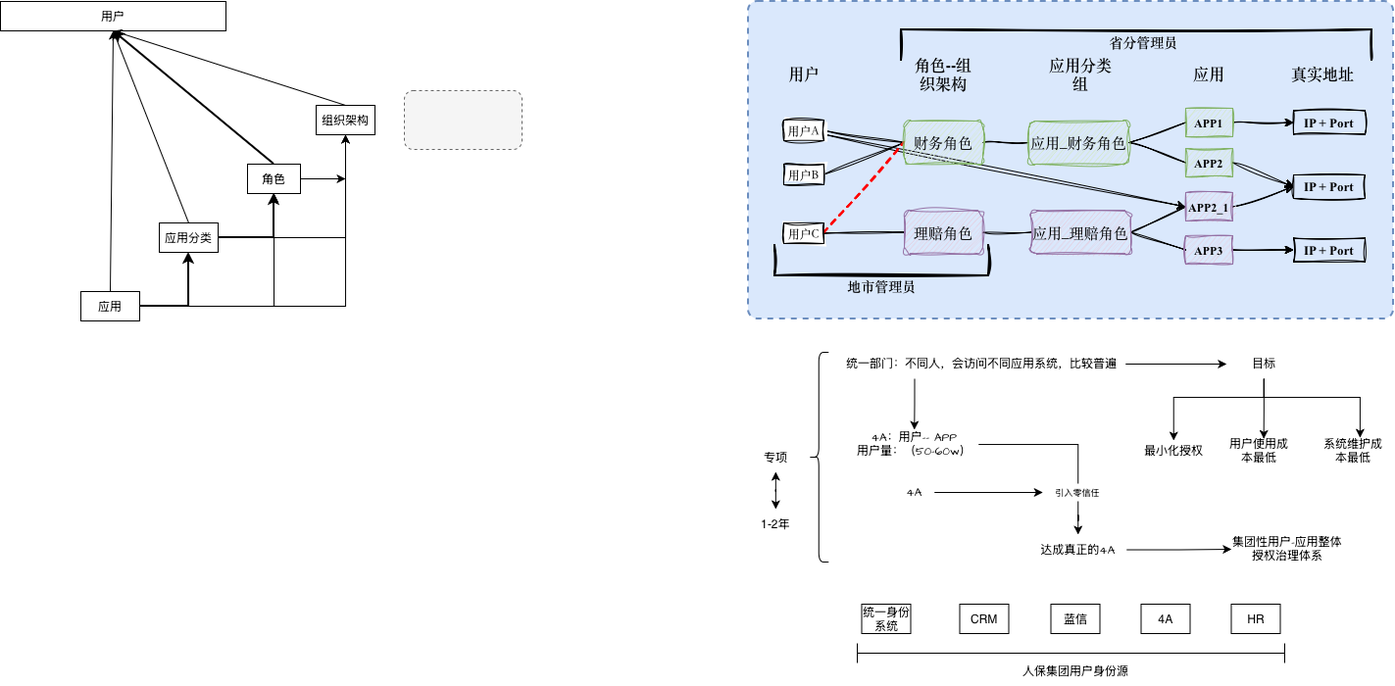
Above: Authorization logic and system design goals based on zero trust.drawio.png in skillre/diagrams_P (draw.io), before the change. Source tidied: cells renumbered, new cells last; positions are measured from the earlier drawing's top-left corner, leaving out a move shared by most shapes.
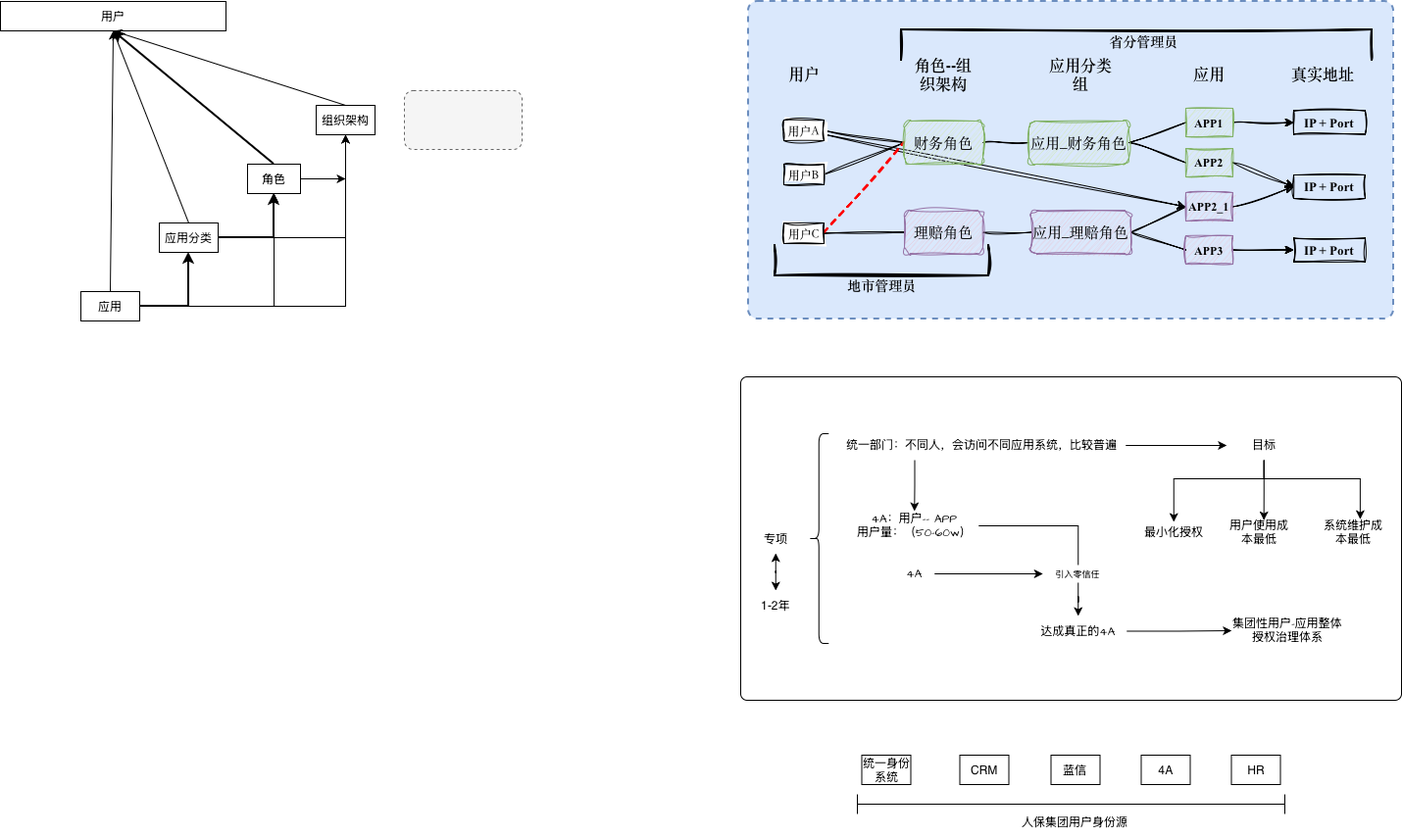
After the change.

What changed in the source:
```diff
@@ -177,109 +177,112 @@
     <mxCell id="58" style="endArrow=classic;html=1;rounded=0;exitX=1;exitY=0.5;exitDx=0;exitDy=0;entryX=0.5;entryY=1;entryDx=0;entryDy=0;strokeWidth=2;edgeStyle=orthogonalEdgeStyle;" parent="1" edge="1" source="44" target="46">
       <mxGeometry relative="1" as="geometry" />
     </mxCell>
+    <mxCell id="82" value="4A" style="text;html=1;whiteSpace=wrap;strokeColor=default;fillColor=none;align=center;verticalAlign=middle;rounded=0;" parent="1" vertex="1">
+      <mxGeometry x="1163.5" y="769" width="50" height="30" as="geometry" />
+    </mxCell>
+    <mxCell id="83" value="HR" style="text;html=1;whiteSpace=wrap;strokeColor=default;fillColor=none;align=center;verticalAlign=middle;rounded=0;" parent="1" vertex="1">
+      <mxGeometry x="1255.5" y="769" width="50" height="30" as="geometry" />
+    </mxCell>
+    <mxCell id="84" value="蓝信" style="text;html=1;whiteSpace=wrap;strokeColor=default;fillColor=none;align=center;verticalAlign=middle;rounded=0;" parent="1" vertex="1">
+      <mxGeometry x="1071.5" y="769" width="50" height="30" as="geometry" />
+    </mxCell>
+    <mxCell id="85" value="CRM" style="text;html=1;whiteSpace=wrap;strokeColor=default;fillColor=none;align=center;verticalAlign=middle;rounded=0;" parent="1" vertex="1">
+      <mxGeometry x="978.5" y="769" width="50" height="30" as="geometry" />
+    </mxCell>
+    <mxCell id="86" value="统一身份系统" style="text;html=1;whiteSpace=wrap;strokeColor=default;fillColor=none;align=center;verticalAlign=middle;rounded=0;" parent="1" vertex="1">
+      <mxGeometry x="878.5" y="769" width="50" height="30" as="geometry" />
+    </mxCell>
+    <mxCell id="87" style="shape=crossbar;whiteSpace=wrap;html=1;rounded=1;" parent="1" vertex="1">
+      <mxGeometry x="874" y="809" width="436" height="20" as="geometry" />
+    </mxCell>
+    <mxCell id="88" value="人保集团用户身份源" style="text;html=1;whiteSpace=wrap;strokeColor=none;fillColor=none;align=center;verticalAlign=middle;rounded=0;" parent="1" vertex="1">
+      <mxGeometry x="1012.5" y="822" width="168" height="30" as="geometry" />
+    </mxCell>
+    <mxCell id="89" style="rounded=1;whiteSpace=wrap;html=1;arcSize=2;" parent="1" vertex="1">
+      <mxGeometry x="755" y="383" width="674" height="330" as="geometry" />
+    </mxCell>
-    <mxCell id="59" style="edgeStyle=orthogonalEdgeStyle;rounded=0;hachureGap=4;jettySize=auto;html=1;fontFamily=Architects Daughter;fontSource=https%3A%2F%2Ffonts.googleapis.com%2Fcss%3Ffamily%3DArchitects%2BDaughter;" parent="1" edge="1" source="61" target="63">
+    <mxCell id="59" style="edgeStyle=orthogonalEdgeStyle;rounded=0;hachureGap=4;jettySize=auto;html=1;fontFamily=Architects Daughter;fontSource=https%3A%2F%2Ffonts.googleapis.com%2Fcss%3Ffamily%3DArchitects%2BDaughter;" parent="89" edge="1" source="61" target="63">
       <mxGeometry relative="1" as="geometry" />
     </mxCell>
-    <mxCell id="60" style="edgeStyle=orthogonalEdgeStyle;rounded=0;jettySize=auto;html=1;exitX=0.25;exitY=1;exitDx=0;exitDy=0;entryX=0.5;entryY=0;entryDx=0;entryDy=0;" parent="1" edge="1" source="61" target="65">
+    <mxCell id="60" style="edgeStyle=orthogonalEdgeStyle;rounded=0;jettySize=auto;html=1;exitX=0.25;exitY=1;exitDx=0;exitDy=0;entryX=0.5;entryY=0;entryDx=0;entryDy=0;" parent="89" edge="1" source="61" target="65">
       <mxGeometry relative="1" as="geometry" />
     </mxCell>
-    <mxCell id="61" value="统一部门：不同人，会访问不同应用系统，比较普遍" style="text;html=1;whiteSpace=wrap;strokeColor=none;fillColor=none;align=left;verticalAlign=middle;rounded=0;fontFamily=Architects Daughter;fontSource=https%3A%2F%2Ffonts.googleapis.com%2Fcss%3Ffamily%3DArchitects%2BDaughter;" parent="1" vertex="1">
-      <mxGeometry x="860.8" y="355" width="287" height="30" as="geometry" />
+    <mxCell id="61" value="统一部门：不同人，会访问不同应用系统，比较普遍" style="text;html=1;whiteSpace=wrap;strokeColor=none;fillColor=none;align=left;verticalAlign=middle;rounded=0;fontFamily=Architects Daughter;fontSource=https%3A%2F%2Ffonts.googleapis.com%2Fcss%3Ffamily%3DArchitects%2BDaughter;" parent="89" vertex="1">
+      <mxGeometry x="105.8" y="55" width="287" height="30" as="geometry" />
     </mxCell>
-    <mxCell id="62" style="edgeStyle=orthogonalEdgeStyle;rounded=0;jettySize=auto;html=1;flowAnimation=0;" parent="1" edge="1" source="63" target="66">
+    <mxCell id="62" style="edgeStyle=orthogonalEdgeStyle;rounded=0;jettySize=auto;html=1;flowAnimation=0;" parent="89" edge="1" source="63" target="66">
       <mxGeometry relative="1" as="geometry">
         <Array as="points">
-          <mxPoint x="1288.8" y="404" />
-          <mxPoint x="1196.8" y="404" />
+          <mxPoint x="533.8" y="104" />
+          <mxPoint x="441.8" y="104" />
         </Array>
       </mxGeometry>
     </mxCell>
-    <mxCell id="63" value="目标" style="text;html=1;whiteSpace=wrap;strokeColor=none;fillColor=none;align=center;verticalAlign=middle;rounded=0;fontFamily=Architects Daughter;fontSource=https%3A%2F%2Ffonts.googleapis.com%2Fcss%3Ffamily%3DArchitects%2BDaughter;" parent="1" vertex="1">
-      <mxGeometry x="1250.8" y="355" width="76" height="30" as="geometry" />
+    <mxCell id="63" value="目标" style="text;html=1;whiteSpace=wrap;strokeColor=none;fillColor=none;align=center;verticalAlign=middle;rounded=0;fontFamily=Architects Daughter;fontSource=https%3A%2F%2Ffonts.googleapis.com%2Fcss%3Ffamily%3DArchitects%2BDaughter;" parent="89" vertex="1">
+      <mxGeometry x="495.8" y="55" width="76" height="30" as="geometry" />
     </mxCell>
-    <mxCell id="64" style="edgeStyle=orthogonalEdgeStyle;rounded=0;jettySize=auto;html=1;entryX=0.5;entryY=0;entryDx=0;entryDy=0;" parent="1" edge="1" source="77" target="72">
+    <mxCell id="64" style="edgeStyle=orthogonalEdgeStyle;rounded=0;jettySize=auto;html=1;entryX=0.5;entryY=0;entryDx=0;entryDy=0;" parent="89" edge="1" source="77" target="72">
       <mxGeometry relative="1" as="geometry" />
     </mxCell>
-    <mxCell id="65" value="4A：用户-- APP&lt;div&gt;用户量：（50-60w）&lt;/div&gt;" style="text;html=1;whiteSpace=wrap;strokeColor=none;fillColor=none;align=center;verticalAlign=middle;rounded=0;fontFamily=Architects Daughter;fontSource=https%3A%2F%2Ffonts.googleapis.com%2Fcss%3Ffamily%3DArchitects%2BDaughter;" parent="1" vertex="1">
-      <mxGeometry x="866.8" y="437" width="131" height="30" as="geometry" />
+    <mxCell id="65" value="4A：用户-- APP&lt;div&gt;用户量：（50-60w）&lt;/div&gt;" style="text;html=1;whiteSpace=wrap;strokeColor=none;fillColor=none;align=center;verticalAlign=middle;rounded=0;fontFamily=Architects Daughter;fontSource=https%3A%2F%2Ffonts.googleapis.com%2Fcss%3Ffamily%3DArchitects%2BDaughter;" parent="89" vertex="1">
+      <mxGeometry x="111.8" y="137" width="131" height="30" as="geometry" />
     </mxCell>
-    <mxCell id="66" value="最小化授权" style="text;html=1;whiteSpace=wrap;strokeColor=none;fillColor=none;align=center;verticalAlign=middle;rounded=0;fontFamily=Architects Daughter;fontSource=https%3A%2F%2Ffonts.googleapis.com%2Fcss%3Ffamily%3DArchitects%2BDaughter;" parent="1" vertex="1">
-      <mxGeometry x="1161.2" y="448" width="72" height="22" as="geometry" />
+    <mxCell id="66" value="最小化授权" style="text;html=1;whiteSpace=wrap;strokeColor=none;fillColor=none;align=center;verticalAlign=middle;rounded=0;fontFamily=Architects Daughter;fontSource=https%3A%2F%2Ffonts.googleapis.com%2Fcss%3Ffamily%3DArchitects%2BDaughter;" parent="89" vertex="1">
+      <mxGeometry x="406.2" y="148" width="72" height="22" as="geometry" />
     </mxCell>
-    <mxCell id="67" value="用户使用成本最低" style="text;html=1;whiteSpace=wrap;strokeColor=none;fillColor=none;align=center;verticalAlign=middle;rounded=0;fontFamily=Architects Daughter;fontSource=https%3A%2F%2Ffonts.googleapis.com%2Fcss%3Ffamily%3DArchitects%2BDaughter;" parent="1" vertex="1">
-      <mxGeometry x="1248.2" y="448" width="72" height="22" as="geometry" />
+    <mxCell id="67" value="用户使用成本最低" style="text;html=1;whiteSpace=wrap;strokeColor=none;fillColor=none;align=center;verticalAlign=middle;rounded=0;fontFamily=Architects Daughter;fontSource=https%3A%2F%2Ffonts.googleapis.com%2Fcss%3Ffamily%3DArchitects%2BDaughter;" parent="89" vertex="1">
+      <mxGeometry x="493.2" y="148" width="72" height="22" as="geometry" />
     </mxCell>
-    <mxCell id="68" value="系统维护成本最低" style="text;html=1;whiteSpace=wrap;strokeColor=none;fillColor=none;align=center;verticalAlign=middle;rounded=0;fontFamily=Architects Daughter;fontSource=https%3A%2F%2Ffonts.googleapis.com%2Fcss%3Ffamily%3DArchitects%2BDaughter;" parent="1" vertex="1">
-      <mxGeometry x="1344.2" y="448" width="72" height="22" as="geometry" />
+    <mxCell id="68" value="系统维护成本最低" style="text;html=1;whiteSpace=wrap;strokeColor=none;fillColor=none;align=center;verticalAlign=middle;rounded=0;fontFamily=Architects Daughter;fontSource=https%3A%2F%2Ffonts.googleapis.com%2Fcss%3Ffamily%3DArchitects%2BDaughter;" parent="89" vertex="1">
+      <mxGeometry x="589.2" y="148" width="72" height="22" as="geometry" />
     </mxCell>
-    <mxCell id="69" style="edgeStyle=orthogonalEdgeStyle;rounded=0;jettySize=auto;html=1;entryX=0.561;entryY=-0.078;entryDx=0;entryDy=0;entryPerimeter=0;flowAnimation=0;" parent="1" edge="1" source="63" target="67">
+    <mxCell id="69" style="edgeStyle=orthogonalEdgeStyle;rounded=0;jettySize=auto;html=1;entryX=0.561;entryY=-0.078;entryDx=0;entryDy=0;entryPerimeter=0;flowAnimation=0;" parent="89" edge="1" source="63" target="67">
       <mxGeometry relative="1" as="geometry" />
     </mxCell>
-    <mxCell id="70" style="edgeStyle=orthogonalEdgeStyle;rounded=0;jettySize=auto;html=1;entryX=0.592;entryY=-0.129;entryDx=0;entryDy=0;entryPerimeter=0;flowAnimation=0;" parent="1" edge="1" source="63" target="68">
+    <mxCell id="70" style="edgeStyle=orthogonalEdgeStyle;rounded=0;jettySize=auto;html=1;entryX=0.592;entryY=-0.129;entryDx=0;entryDy=0;entryPerimeter=0;flowAnimation=0;" parent="89" edge="1" source="63" target="68">
       <mxGeometry relative="1" as="geometry">
         <Array as="points">
-          <mxPoint x="1288.8" y="404" />
-          <mxPoint x="1386.8" y="404" />
+          <mxPoint x="533.8" y="104" />
+          <mxPoint x="631.8" y="104" />
         </Array>
       </mxGeometry>
     </mxCell>
-    <mxCell id="71" style="edgeStyle=orthogonalEdgeStyle;rounded=0;jettySize=auto;html=1;" parent="1" edge="1" source="72" target="75">
+    <mxCell id="71" style="edgeStyle=orthogonalEdgeStyle;rounded=0;jettySize=auto;html=1;" parent="89" edge="1" source="72" target="75">
       <mxGeometry relative="1" as="geometry" />
     </mxCell>
-    <mxCell id="72" value="达成真正的4A" style="text;whiteSpace=wrap;strokeColor=none;fillColor=none;align=center;verticalAlign=middle;rounded=0;fontFamily=Architects Daughter;fontSource=https%3A%2F%2Ffonts.googleapis.com%2Fcss%3Ffamily%3DArchitects%2BDaughter;html=1;horizontal=1;" parent="1" vertex="1">
-      <mxGeometry x="1049.8" y="544" width="99" height="31" as="geometry" />
+    <mxCell id="72" value="达成真正的4A" style="text;whiteSpace=wrap;strokeColor=none;fillColor=none;align=center;verticalAlign=middle;rounded=0;fontFamily=Architects Daughter;fontSource=https%3A%2F%2Ffonts.googleapis.com%2Fcss%3Ffamily%3DArchitects%2BDaughter;html=1;horizontal=1;" parent="89" vertex="1">
+      <mxGeometry x="294.8" y="244" width="99" height="31" as="geometry" />
     </mxCell>
-    <mxCell id="73" style="edgeStyle=orthogonalEdgeStyle;rounded=0;jettySize=auto;html=1;labelBorderColor=none;flowAnimation=0;" parent="1" edge="1" source="74" target="77">
+    <mxCell id="73" style="edgeStyle=orthogonalEdgeStyle;rounded=0;jettySize=auto;html=1;labelBorderColor=none;flowAnimation=0;" parent="89" edge="1" source="74" target="77">
       <mxGeometry relative="1" as="geometry" />
     </mxCell>
-    <mxCell id="74" value="4A" style="text;html=1;whiteSpace=wrap;strokeColor=none;fillColor=none;align=center;verticalAlign=middle;rounded=0;fontFamily=Architects Daughter;fontSource=https%3A%2F%2Ffonts.googleapis.com%2Fcss%3Ffamily%3DArchitects%2BDaughter;" parent="1" vertex="1">
-      <mxGeometry x="911.8" y="486" width="41" height="30" as="geometry" />
+    <mxCell id="74" value="4A" style="text;html=1;whiteSpace=wrap;strokeColor=none;fillColor=none;align=center;verticalAlign=middle;rounded=0;fontFamily=Architects Daughter;fontSource=https%3A%2F%2Ffonts.googleapis.com%2Fcss%3Ffamily%3DArchitects%2BDaughter;" parent="89" vertex="1">
+      <mxGeometry x="156.8" y="186" width="41" height="30" as="geometry" />
     </mxCell>
-    <mxCell id="75" value="集团性用户-应用整体授权治理体系" style="text;html=1;whiteSpace=wrap;strokeColor=none;fillColor=none;align=center;verticalAlign=middle;rounded=0;fontFamily=Architects Daughter;fontSource=https%3A%2F%2Ffonts.googleapis.com%2Fcss%3Ffamily%3DArchitects%2BDaughter;" parent="1" vertex="1">
-      <mxGeometry x="1255.8" y="544" width="114" height="30" as="geometry" />
+    <mxCell id="75" value="集团性用户-应用整体授权治理体系" style="text;html=1;whiteSpace=wrap;strokeColor=none;fillColor=none;align=center;verticalAlign=middle;rounded=0;fontFamily=Architects Daughter;fontSource=https%3A%2F%2Ffonts.googleapis.com%2Fcss%3Ffamily%3DArchitects%2BDaughter;" parent="89" vertex="1">
+      <mxGeometry x="500.8" y="244" width="114" height="30" as="geometry" />
     </mxCell>
-    <mxCell id="76" style="edgeStyle=orthogonalEdgeStyle;rounded=0;jettySize=auto;html=1;entryX=0.5;entryY=0;entryDx=0;entryDy=0;strokeWidth=1;jumpStyle=none;endArrow=none;endFill=0;" parent="1" edge="1" source="65" target="77">
+    <mxCell id="76" style="edgeStyle=orthogonalEdgeStyle;rounded=0;jettySize=auto;html=1;entryX=0.5;entryY=0;entryDx=0;entryDy=0;strokeWidth=1;jumpStyle=none;endArrow=none;endFill=0;" parent="89" edge="1" source="65" target="77">
       <mxGeometry relative="1" as="geometry">
         <Array as="points">
-          <mxPoint x="1098.8" y="452" />
+          <mxPoint x="343.8" y="152" />
         </Array>
       </mxGeometry>
     </mxCell>
-    <mxCell id="77" value="引入零信任" style="text;whiteSpace=wrap;strokeColor=none;fillColor=none;align=center;verticalAlign=middle;rounded=0;fontSize=9;html=1;convertToSvg=0;glass=0;" parent="1" vertex="1">
-      <mxGeometry x="1063.2" y="492" width="72" height="18" as="geometry" />
+    <mxCell id="77" value="引入零信任" style="text;whiteSpace=wrap;strokeColor=none;fillColor=none;align=center;verticalAlign=middle;rounded=0;fontSize=9;html=1;convertToSvg=0;glass=0;" parent="89" vertex="1">
+      <mxGeometry x="308.2" y="192" width="72" height="18" as="geometry" />
     </mxCell>
-    <mxCell id="78" style="shape=curlyBracket;whiteSpace=wrap;html=1;rounded=1;labelPosition=left;verticalLabelPosition=middle;align=right;verticalAlign=middle;" parent="1" vertex="1">
-      <mxGeometry x="824.8" y="358" width="20" height="214" as="geometry" />
+    <mxCell id="78" style="shape=curlyBracket;whiteSpace=wrap;html=1;rounded=1;labelPosition=left;verticalLabelPosition=middle;align=right;verticalAlign=middle;" parent="89" vertex="1">
+      <mxGeometry x="69.8" y="58" width="20" height="214" as="geometry" />
     </mxCell>
-    <mxCell id="79" style="edgeStyle=orthogonalEdgeStyle;rounded=0;jettySize=auto;html=1;startArrow=classic;startFill=1;" parent="1" edge="1" source="80" target="81">
+    <mxCell id="79" style="edgeStyle=orthogonalEdgeStyle;rounded=0;jettySize=auto;html=1;startArrow=classic;startFill=1;" parent="89" edge="1" source="80" target="81">
       <mxGeometry relative="1" as="geometry" />
     </mxCell>
-    <mxCell id="80" value="专项" style="text;html=1;whiteSpace=wrap;strokeColor=none;fillColor=none;align=center;verticalAlign=middle;rounded=0;" parent="1" vertex="1">
-      <mxGeometry x="767.8" y="450" width="46" height="30" as="geometry" />
+    <mxCell id="80" value="专项" style="text;html=1;whiteSpace=wrap;strokeColor=none;fillColor=none;align=center;verticalAlign=middle;rounded=0;" parent="89" vertex="1">
+      <mxGeometry x="12.8" y="150" width="46" height="30" as="geometry" />
     </mxCell>
-    <mxCell id="81" value="1-2年" style="text;html=1;whiteSpace=wrap;strokeColor=none;fillColor=none;align=center;verticalAlign=middle;rounded=0;" parent="1" vertex="1">
-      <mxGeometry x="767.8" y="518" width="46" height="30" as="geometry" />
+    <mxCell id="81" value="1-2年" style="text;html=1;whiteSpace=wrap;strokeColor=none;fillColor=none;align=center;verticalAlign=middle;rounded=0;" parent="89" vertex="1">
+      <mxGeometry x="12.8" y="218" width="46" height="30" as="geometry" />
     </mxCell>
-    <mxCell id="82" value="4A" style="text;html=1;whiteSpace=wrap;strokeColor=default;fillColor=none;align=center;verticalAlign=middle;rounded=0;" parent="1" vertex="1">
-      <mxGeometry x="1163.5" y="615" width="50" height="30" as="geometry" />
-    </mxCell>
-    <mxCell id="83" value="HR" style="text;html=1;whiteSpace=wrap;strokeColor=default;fillColor=none;align=center;verticalAlign=middle;rounded=0;" parent="1" vertex="1">
-      <mxGeometry x="1255.5" y="615" width="50" height="30" as="geometry" />
-    </mxCell>
-    <mxCell id="84" value="蓝信" style="text;html=1;whiteSpace=wrap;strokeColor=default;fillColor=none;align=center;verticalAlign=middle;rounded=0;" parent="1" vertex="1">
-      <mxGeometry x="1071.5" y="615" width="50" height="30" as="geometry" />
-    </mxCell>
-    <mxCell id="85" value="CRM" style="text;html=1;whiteSpace=wrap;strokeColor=default;fillColor=none;align=center;verticalAlign=middle;rounded=0;" parent="1" vertex="1">
-      <mxGeometry x="978.5" y="615" width="50" height="30" as="geometry" />
-    </mxCell>
-    <mxCell id="86" value="统一身份系统" style="text;html=1;whiteSpace=wrap;strokeColor=default;fillColor=none;align=center;verticalAlign=middle;rounded=0;" parent="1" vertex="1">
-      <mxGeometry x="878.5" y="615" width="50" height="30" as="geometry" />
-    </mxCell>
-    <mxCell id="87" style="shape=crossbar;whiteSpace=wrap;html=1;rounded=1;" parent="1" vertex="1">
-      <mxGeometry x="874" y="655" width="436" height="20" as="geometry" />
-    </mxCell>
-    <mxCell id="88" value="人保集团用户身份源" style="text;html=1;whiteSpace=wrap;strokeColor=none;fillColor=none;align=center;verticalAlign=middle;rounded=0;" parent="1" vertex="1">
-      <mxGeometry x="1012.5" y="668" width="168" height="30" as="geometry" />
-    </mxCell>
   </root>
 </mxGraphModel>
```
